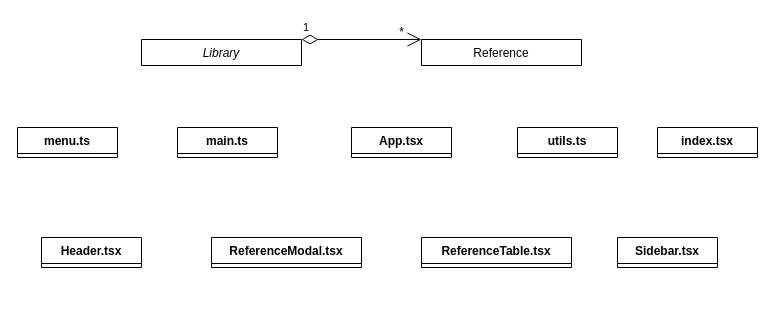
Earlier version of the draw.io diagram doc/UML.drawio (zezosarg/bibliography-manager). Source tidied: cells renumbered, new cells numbered last; positions are measured from the earlier drawing's top-left corner, leaving out a move shared by most shapes. Both pictures are drawn from the tidied source at 100%, with x=0, y=0 at pixel (17, 17).
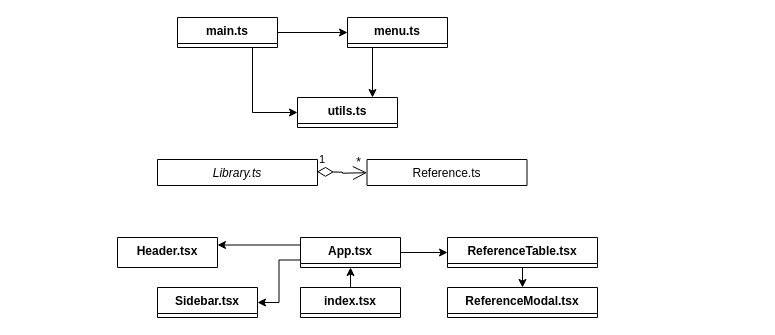
After the change.

Change to the diagram source:
```diff
@@
-    <mxCell id="2" value="Library" style="swimlane;fontStyle=2;align=center;verticalAlign=top;horizontal=1;startSize=26;rounded=0;shadow=0;strokeWidth=1;" parent="1" vertex="1" collapsed="1">
-      <mxGeometry x="124" y="22" width="160" height="26" as="geometry" />
+    <mxCell id="2" value="Library.ts" style="swimlane;fontStyle=2;align=center;verticalAlign=top;horizontal=1;startSize=26;rounded=0;shadow=0;strokeWidth=1;" parent="1" vertex="1" collapsed="1">
+      <mxGeometry x="140" y="142" width="160" height="26" as="geometry" />
     </mxCell>
-    <mxCell id="3" value="Reference" style="swimlane;fontStyle=0;align=center;verticalAlign=top;horizontal=1;startSize=26;rounded=0;shadow=0;strokeWidth=1;" parent="1" vertex="1" collapsed="1">
-      <mxGeometry x="404" y="22" width="160" height="26" as="geometry" />
+    <mxCell id="3" value="Reference.ts" style="swimlane;fontStyle=0;align=center;verticalAlign=top;horizontal=1;startSize=26;rounded=0;shadow=0;strokeWidth=1;" parent="1" vertex="1" collapsed="1">
+      <mxGeometry x="349.5" y="142" width="160" height="26" as="geometry" />
     </mxCell>
     <mxCell id="4" value="1" style="endArrow=open;html=1;endSize=12;startArrow=diamondThin;startSize=14;startFill=0;edgeStyle=orthogonalEdgeStyle;align=left;verticalAlign=bottom;rounded=0;" parent="1" edge="1">
       <mxGeometry x="-1" y="3" relative="1" as="geometry">
-        <mxPoint x="284" y="22" as="sourcePoint" />
-        <mxPoint x="404" y="22" as="targetPoint" />
+        <mxPoint x="299.5" y="154.2" as="sourcePoint" />
+        <mxPoint x="349.5" y="155.2" as="targetPoint" />
       </mxGeometry>
     </mxCell>
     <mxCell id="5" value="*" style="text;html=1;align=center;verticalAlign=middle;strokeColor=none;fillColor=none;" parent="1" vertex="1">
-      <mxGeometry x="369" width="30" height="30" as="geometry" />
+      <mxGeometry x="325.5" y="130" width="30" height="30" as="geometry" />
     </mxCell>
+    <mxCell id="15" style="edgeStyle=orthogonalEdgeStyle;rounded=0;jettySize=auto;html=1;exitX=0.75;exitY=1;exitDx=0;exitDy=0;entryX=0;entryY=0.5;entryDx=0;entryDy=0;" parent="1" edge="1" source="6" target="8">
+      <mxGeometry relative="1" as="geometry" />
+    </mxCell>
+    <mxCell id="16" style="edgeStyle=orthogonalEdgeStyle;rounded=0;jettySize=auto;html=1;exitX=1;exitY=0.5;exitDx=0;exitDy=0;entryX=0;entryY=0.5;entryDx=0;entryDy=0;" parent="1" edge="1" source="6" target="7">
+      <mxGeometry relative="1" as="geometry" />
+    </mxCell>
     <mxCell id="6" value="main.ts" style="swimlane;fontStyle=1;align=center;verticalAlign=top;horizontal=1;startSize=26;whiteSpace=wrap;html=1;" parent="1" vertex="1" collapsed="1">
-      <mxGeometry x="160" y="110" width="100" height="30" as="geometry" />
+      <mxGeometry x="160" width="100" height="30" as="geometry" />
     </mxCell>
+    <mxCell id="17" style="edgeStyle=orthogonalEdgeStyle;rounded=0;jettySize=auto;html=1;exitX=0.25;exitY=1;exitDx=0;exitDy=0;entryX=0.75;entryY=0;entryDx=0;entryDy=0;" parent="1" edge="1" source="7" target="8">
+      <mxGeometry relative="1" as="geometry" />
+    </mxCell>
     <mxCell id="7" value="menu.ts" style="swimlane;fontStyle=1;align=center;verticalAlign=top;horizontal=1;startSize=26;whiteSpace=wrap;html=1;" parent="1" vertex="1" collapsed="1">
-      <mxGeometry y="110" width="100" height="30" as="geometry" />
+      <mxGeometry x="330" width="100" height="30" as="geometry" />
     </mxCell>
     <mxCell id="8" value="utils.ts" style="swimlane;fontStyle=1;align=center;verticalAlign=top;horizontal=1;startSize=26;whiteSpace=wrap;html=1;" parent="1" vertex="1" collapsed="1">
-      <mxGeometry x="500" y="110" width="100" height="30" as="geometry" />
+      <mxGeometry x="280" y="80" width="100" height="30" as="geometry" />
     </mxCell>
+    <mxCell id="18" style="edgeStyle=orthogonalEdgeStyle;rounded=0;jettySize=auto;html=1;exitX=0.5;exitY=0;exitDx=0;exitDy=0;entryX=0.5;entryY=1;entryDx=0;entryDy=0;" parent="1" edge="1" source="9" target="10">
+      <mxGeometry relative="1" as="geometry" />
+    </mxCell>
     <mxCell id="9" value="index.tsx" style="swimlane;fontStyle=1;align=center;verticalAlign=top;horizontal=1;startSize=26;whiteSpace=wrap;html=1;" parent="1" vertex="1" collapsed="1">
-      <mxGeometry x="640" y="110" width="100" height="30" as="geometry" />
+      <mxGeometry x="283" y="270" width="100" height="30" as="geometry" />
     </mxCell>
+    <mxCell id="19" style="edgeStyle=orthogonalEdgeStyle;rounded=0;jettySize=auto;html=1;exitX=1;exitY=0.5;exitDx=0;exitDy=0;entryX=0;entryY=0.5;entryDx=0;entryDy=0;" parent="1" edge="1" source="10" target="12">
+      <mxGeometry relative="1" as="geometry" />
+    </mxCell>
+    <mxCell id="20" style="edgeStyle=orthogonalEdgeStyle;rounded=0;jettySize=auto;html=1;exitX=0;exitY=0.25;exitDx=0;exitDy=0;entryX=1;entryY=0.25;entryDx=0;entryDy=0;" parent="1" edge="1" source="10" target="14">
+      <mxGeometry relative="1" as="geometry" />
+    </mxCell>
+    <mxCell id="21" style="edgeStyle=orthogonalEdgeStyle;rounded=0;jettySize=auto;html=1;exitX=0;exitY=0.75;exitDx=0;exitDy=0;entryX=1;entryY=0.5;entryDx=0;entryDy=0;" parent="1" edge="1" source="10" target="11">
+      <mxGeometry relative="1" as="geometry" />
+    </mxCell>
     <mxCell id="10" value="App.tsx" style="swimlane;fontStyle=1;align=center;verticalAlign=top;horizontal=1;startSize=26;whiteSpace=wrap;html=1;" parent="1" vertex="1" collapsed="1">
-      <mxGeometry x="334" y="110" width="100" height="30" as="geometry" />
+      <mxGeometry x="283" y="220" width="100" height="30" as="geometry" />
     </mxCell>
     <mxCell id="11" value="Sidebar.tsx" style="swimlane;fontStyle=1;align=center;verticalAlign=top;horizontal=1;startSize=26;whiteSpace=wrap;html=1;" parent="1" vertex="1" collapsed="1">
-      <mxGeometry x="600" y="220" width="100" height="30" as="geometry" />
+      <mxGeometry x="140" y="270" width="100" height="30" as="geometry" />
     </mxCell>
+    <mxCell id="22" style="edgeStyle=orthogonalEdgeStyle;rounded=0;jettySize=auto;html=1;exitX=0.5;exitY=1;exitDx=0;exitDy=0;entryX=0.5;entryY=0;entryDx=0;entryDy=0;" parent="1" edge="1" source="12" target="13">
+      <mxGeometry relative="1" as="geometry" />
+    </mxCell>
     <mxCell id="12" value="ReferenceTable.tsx" style="swimlane;fontStyle=1;align=center;verticalAlign=top;horizontal=1;startSize=26;whiteSpace=wrap;html=1;" parent="1" vertex="1" collapsed="1">
-      <mxGeometry x="404" y="220" width="150" height="30" as="geometry" />
+      <mxGeometry x="430" y="220" width="150" height="30" as="geometry" />
     </mxCell>
     <mxCell id="13" value="ReferenceModal.tsx" style="swimlane;fontStyle=1;align=center;verticalAlign=top;horizontal=1;startSize=26;whiteSpace=wrap;html=1;" parent="1" vertex="1" collapsed="1">
-      <mxGeometry x="194" y="220" width="150" height="30" as="geometry" />
+      <mxGeometry x="430" y="270" width="150" height="30" as="geometry" />
     </mxCell>
-    <mxCell id="14" value="Header.tsx" style="swimlane;fontStyle=1;align=center;verticalAlign=top;horizontal=1;startSize=26;whiteSpace=wrap;html=1;" parent="1" vertex="1" collapsed="1">
-      <mxGeometry x="24" y="220" width="100" height="30" as="geometry" />
+    <mxCell id="14" value="Header.tsx" style="swimlane;fontStyle=1;align=center;verticalAlign=top;horizontal=1;startSize=0;whiteSpace=wrap;html=1;" parent="1" vertex="1" collapsed="1">
+      <mxGeometry x="100" y="220" width="100" height="30" as="geometry" />
     </mxCell>
```
